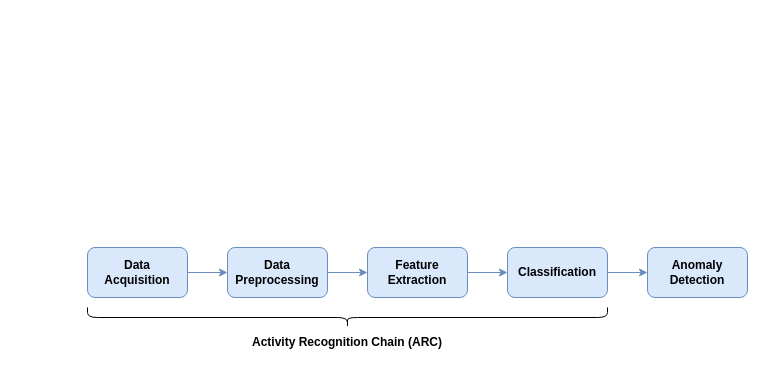
jaduplessis/DesignProject4 keeps this draw.io diagram as Report Help/arc_anomaly.drawio. Above is the earlier version. Source tidied: cells renumbered, new cells numbered last; positions are measured from the earlier drawing's top-left corner, leaving out a move shared by most shapes. Both pictures are drawn from the tidied source at 100%, with x=0, y=0 at pixel (87, 247).
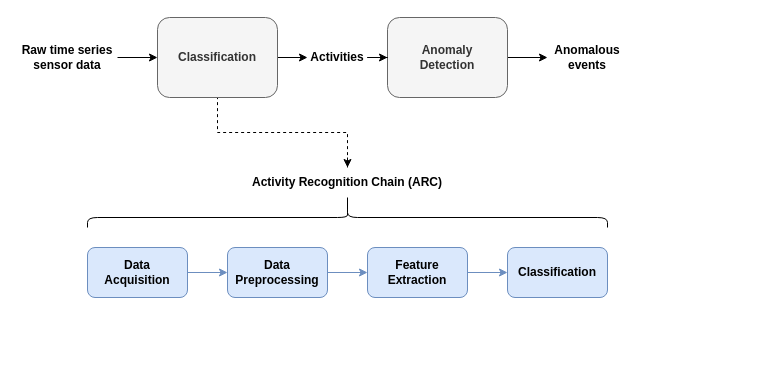
After the change.

The change refers to these unchanged cells:
```xml
<mxCell id="9" value="Classification" style="rounded=1;whiteSpace=wrap;html=1;fillColor=#dae8fc;strokeColor=#6c8ebf;fontStyle=1;" parent="1" vertex="1">
  <mxGeometry x="420" width="100" height="50" as="geometry" />
</mxCell>
```

What changed in the source:
```diff
@@
-    <mxCell id="8" style="edgeStyle=orthogonalEdgeStyle;rounded=0;jettySize=auto;html=1;fillColor=#dae8fc;strokeColor=#6c8ebf;fontStyle=1;" parent="1" edge="1" source="9" target="10">
-      <mxGeometry relative="1" as="geometry" />
-    </mxCell>
@@
+    <mxCell id="13" style="edgeStyle=orthogonalEdgeStyle;rounded=0;jettySize=auto;html=1;exitX=0.1;exitY=0.5;exitDx=0;exitDy=0;exitPerimeter=0;entryX=0.5;entryY=1;entryDx=0;entryDy=0;endArrow=none;endFill=0;" parent="1" edge="1" source="11" target="12">
+      <mxGeometry relative="1" as="geometry" />
+    </mxCell>
+    <mxCell id="11" style="shape=curlyBracket;whiteSpace=wrap;html=1;rounded=1;labelPosition=left;verticalLabelPosition=middle;align=right;verticalAlign=middle;direction=south;fontStyle=1;" parent="1" vertex="1">
+      <mxGeometry y="-40" width="520" height="20" as="geometry" />
+    </mxCell>
+    <mxCell id="14" style="edgeStyle=orthogonalEdgeStyle;rounded=0;jettySize=auto;html=1;entryX=0.5;entryY=1;entryDx=0;entryDy=0;endArrow=none;endFill=0;startArrow=classic;startFill=1;dashed=1;" parent="1" edge="1" source="12" target="17">
+      <mxGeometry relative="1" as="geometry" />
+    </mxCell>
+    <mxCell id="12" value="Activity Recognition Chain (ARC)" style="text;html=1;strokeColor=none;fillColor=none;align=center;verticalAlign=middle;whiteSpace=wrap;rounded=0;fontStyle=1;opacity=0;" parent="1" vertex="1">
+      <mxGeometry x="145" y="-80" width="230" height="30" as="geometry" />
+    </mxCell>
+    <mxCell id="15" style="edgeStyle=orthogonalEdgeStyle;rounded=0;jettySize=auto;html=1;" parent="1" edge="1" source="17" target="22">
+      <mxGeometry relative="1" as="geometry" />
+    </mxCell>
+    <mxCell id="16" style="edgeStyle=orthogonalEdgeStyle;rounded=0;jettySize=auto;html=1;endArrow=none;endFill=0;" parent="1" edge="1" target="12">
+      <mxGeometry relative="1" as="geometry">
+        <mxPoint x="260" y="-90" as="sourcePoint" />
+        <Array as="points">
+          <mxPoint x="260" y="-80" />
+          <mxPoint x="260" y="-80" />
+        </Array>
+      </mxGeometry>
+    </mxCell>
+    <mxCell id="17" value="Classification" style="rounded=1;whiteSpace=wrap;html=1;fillColor=#f5f5f5;strokeColor=#666666;fontStyle=1;fontColor=#333333;" parent="1" vertex="1">
+      <mxGeometry x="70" y="-230" width="120" height="80" as="geometry" />
+    </mxCell>
+    <mxCell id="18" style="edgeStyle=orthogonalEdgeStyle;rounded=0;jettySize=auto;html=1;" parent="1" edge="1" source="10" target="23">
+      <mxGeometry relative="1" as="geometry" />
+    </mxCell>
-    <mxCell id="10" value="&lt;div&gt;Anomaly&lt;/div&gt;&lt;div&gt;Detection&lt;br&gt;&lt;/div&gt;" style="rounded=1;whiteSpace=wrap;html=1;fillColor=#dae8fc;strokeColor=#6c8ebf;fontStyle=1;" parent="1" vertex="1">
-      <mxGeometry x="560" width="100" height="50" as="geometry" />
+    <mxCell id="10" value="&lt;div&gt;Anomaly&lt;/div&gt;&lt;div&gt;Detection&lt;br&gt;&lt;/div&gt;" style="rounded=1;whiteSpace=wrap;html=1;fillColor=#f5f5f5;strokeColor=#666666;fontStyle=1;fontColor=#333333;" parent="1" vertex="1">
+      <mxGeometry x="300" y="-230" width="120" height="80" as="geometry" />
     </mxCell>
-    <mxCell id="11" style="shape=curlyBracket;whiteSpace=wrap;html=1;rounded=1;labelPosition=left;verticalLabelPosition=middle;align=right;verticalAlign=middle;direction=north;fontStyle=1;" parent="1" vertex="1">
-      <mxGeometry y="60" width="520" height="20" as="geometry" />
-    </mxCell>
-    <mxCell id="12" value="Activity Recognition Chain (ARC)" style="text;html=1;strokeColor=none;fillColor=none;align=center;verticalAlign=middle;whiteSpace=wrap;rounded=0;fontStyle=1;" parent="1" vertex="1">
-      <mxGeometry x="145" y="80" width="230" height="30" as="geometry" />
-    </mxCell>
+    <mxCell id="19" style="edgeStyle=orthogonalEdgeStyle;rounded=0;jettySize=auto;html=1;" parent="1" edge="1" source="20" target="17">
+      <mxGeometry relative="1" as="geometry" />
+    </mxCell>
+    <mxCell id="20" value="Raw time series sensor data" style="text;html=1;strokeColor=none;fillColor=none;align=center;verticalAlign=middle;whiteSpace=wrap;rounded=0;fontStyle=1;" parent="1" vertex="1">
+      <mxGeometry x="-70" y="-205" width="100" height="30" as="geometry" />
+    </mxCell>
+    <mxCell id="21" style="edgeStyle=orthogonalEdgeStyle;rounded=0;jettySize=auto;html=1;" parent="1" edge="1" source="22" target="10">
+      <mxGeometry relative="1" as="geometry" />
+    </mxCell>
+    <mxCell id="22" value="Activities" style="text;html=1;strokeColor=none;fillColor=none;align=center;verticalAlign=middle;whiteSpace=wrap;rounded=0;fontStyle=1;" parent="1" vertex="1">
+      <mxGeometry x="220" y="-205" width="60" height="30" as="geometry" />
+    </mxCell>
+    <mxCell id="23" value="Anomalous events" style="text;html=1;strokeColor=none;fillColor=none;align=center;verticalAlign=middle;whiteSpace=wrap;rounded=0;fontStyle=1;" parent="1" vertex="1">
+      <mxGeometry x="460" y="-205" width="80" height="30" as="geometry" />
+    </mxCell>
```
